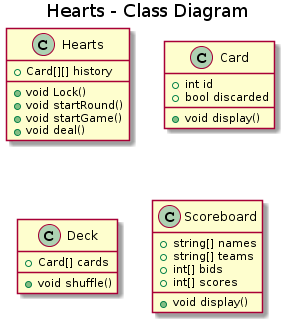
This is Documents/Class_Diagrams/Hearts_Class_diagram.png from trevorjewkes/Kronos, a PlantUML export, as it was before one commit.
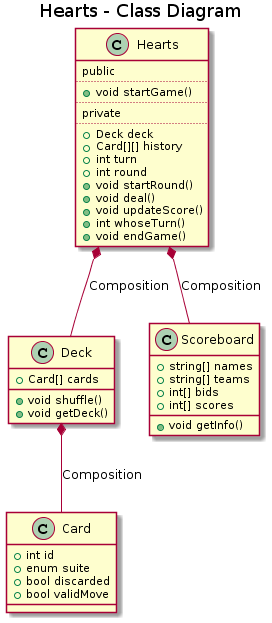
Above is the later version.

Commit message:
update hearts class diagram on server

Diff of the diagram source:
```diff
@@ -3,27 +3,45 @@
 
 
 class Hearts {
+  public
+  ..
+  +void startGame()
+  ..
+  private
+  ..
+  +Deck deck
   +Card[][] history
-  +void Lock()
+  +int turn
+  +int round
   +void startRound()
-  +void startGame()
   +void deal()
+  +void updateScore()
+  +int whoseTurn()
+  +void endGame()
 }
 
 class Card {
   + int id
+  + enum suite
   + bool discarded
-  + void display()
+  + bool validMove
 }
+
 class Deck {
   + Card[] cards
   + void shuffle()
+  + void getDeck()
 }
+
 class Scoreboard {
   + string[] names
   + string[] teams
   + int[] bids
   + int[] scores
-  + void display()
+  + void getInfo()
 }
+
+Deck *-- Card: Composition
+Hearts *-- Deck: Composition
+Hearts *-- Scoreboard: Composition
 @enduml
```
